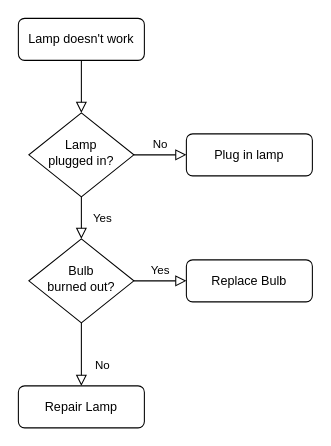
Earlier version of the draw.io diagram Untitled Diagram.drawio (dev20220810/bright-light-ventures-ph-documentation). Source tidied: cells renumbered, new cells numbered last; positions are measured from the earlier drawing's top-left corner, leaving out a move shared by most shapes. Both pictures are drawn from the tidied source at 105%, with x=0, y=0 at pixel (18, 18).
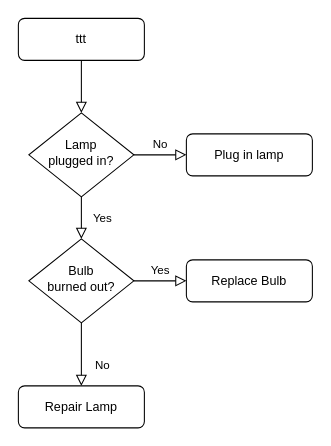
Above is the later version.

Change to the diagram source:
```diff
@@
 <mxGraphModel>
   <root>
     <mxCell id="0" />
     <mxCell id="1" parent="0" />
     <mxCell id="2" style="rounded=0;html=1;jettySize=auto;fontSize=11;endArrow=block;endFill=0;endSize=8;strokeWidth=1;shadow=0;labelBackgroundColor=none;edgeStyle=orthogonalEdgeStyle;" parent="1" edge="1" source="3" target="6">
       <mxGeometry relative="1" as="geometry" />
     </mxCell>
-    <mxCell id="3" value="Lamp doesn't work" style="rounded=1;whiteSpace=wrap;html=1;fontSize=12;glass=0;strokeWidth=1;shadow=0;" parent="1" vertex="1">
+    <mxCell id="3" value="ttt" style="rounded=1;whiteSpace=wrap;html=1;fontSize=12;glass=0;strokeWidth=1;shadow=0;" parent="1" vertex="1">
       <mxGeometry width="120" height="40" as="geometry" />
     </mxCell>
     <mxCell id="4" value="Yes" style="rounded=0;html=1;jettySize=auto;fontSize=11;endArrow=block;endFill=0;endSize=8;strokeWidth=1;shadow=0;labelBackgroundColor=none;edgeStyle=orthogonalEdgeStyle;" parent="1" edge="1" source="6" target="10">
       <mxGeometry y="20" relative="1" as="geometry" />
     </mxCell>
     <mxCell id="5" value="No" style="edgeStyle=orthogonalEdgeStyle;rounded=0;html=1;jettySize=auto;fontSize=11;endArrow=block;endFill=0;endSize=8;strokeWidth=1;shadow=0;labelBackgroundColor=none;" parent="1" edge="1" source="6" target="7">
       <mxGeometry y="10" relative="1" as="geometry" />
     </mxCell>
     <mxCell id="6" value="Lamp&lt;br&gt;plugged in?" style="rhombus;whiteSpace=wrap;html=1;shadow=0;fontFamily=Helvetica;fontSize=12;align=center;strokeWidth=1;spacing=6;spacingTop=-4;" parent="1" vertex="1">
       <mxGeometry x="10" y="90" width="100" height="80" as="geometry" />
     </mxCell>
     <mxCell id="7" value="Plug in lamp" style="rounded=1;whiteSpace=wrap;html=1;fontSize=12;glass=0;strokeWidth=1;shadow=0;" parent="1" vertex="1">
       <mxGeometry x="160" y="110" width="120" height="40" as="geometry" />
     </mxCell>
     <mxCell id="8" value="No" style="rounded=0;html=1;jettySize=auto;fontSize=11;endArrow=block;endFill=0;endSize=8;strokeWidth=1;shadow=0;labelBackgroundColor=none;edgeStyle=orthogonalEdgeStyle;" parent="1" edge="1" source="10" target="11">
       <mxGeometry x="0.33" y="20" relative="1" as="geometry" />
     </mxCell>
     <mxCell id="9" value="Yes" style="edgeStyle=orthogonalEdgeStyle;rounded=0;html=1;jettySize=auto;fontSize=11;endArrow=block;endFill=0;endSize=8;strokeWidth=1;shadow=0;labelBackgroundColor=none;" parent="1" edge="1" source="10" target="12">
       <mxGeometry y="10" relative="1" as="geometry" />
     </mxCell>
     <mxCell id="10" value="Bulb&lt;br&gt;burned out?" style="rhombus;whiteSpace=wrap;html=1;shadow=0;fontFamily=Helvetica;fontSize=12;align=center;strokeWidth=1;spacing=6;spacingTop=-4;" parent="1" vertex="1">
       <mxGeometry x="10" y="210" width="100" height="80" as="geometry" />
     </mxCell>
     <mxCell id="11" value="Repair Lamp" style="rounded=1;whiteSpace=wrap;html=1;fontSize=12;glass=0;strokeWidth=1;shadow=0;" parent="1" vertex="1">
       <mxGeometry y="350" width="120" height="40" as="geometry" />
     </mxCell>
     <mxCell id="12" value="Replace Bulb" style="rounded=1;whiteSpace=wrap;html=1;fontSize=12;glass=0;strokeWidth=1;shadow=0;" parent="1" vertex="1">
       <mxGeometry x="160" y="230" width="120" height="40" as="geometry" />
     </mxCell>
   </root>
 </mxGraphModel>
```
